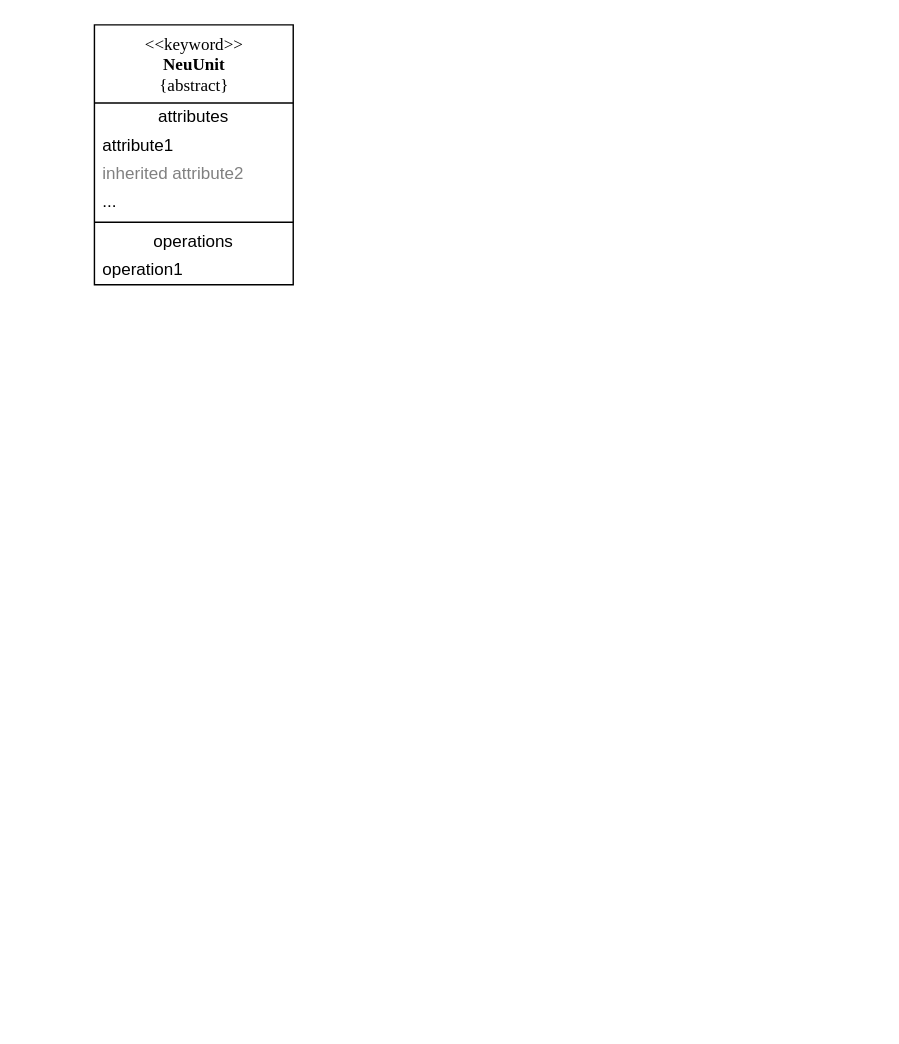
This is page "微观神经元层框架" (3 of 8) of Analyse/总体分析框架.drawio from EntelechySystem/EntelechySystem_theory, a draw.io file, before an edit. Source tidied: cells renumbered, new cells numbered last; positions are measured from the earlier drawing's top-left corner, leaving out a move shared by most shapes. Both pictures are drawn from the tidied source at 142%, with x=0, y=0 at pixel (94, 24).
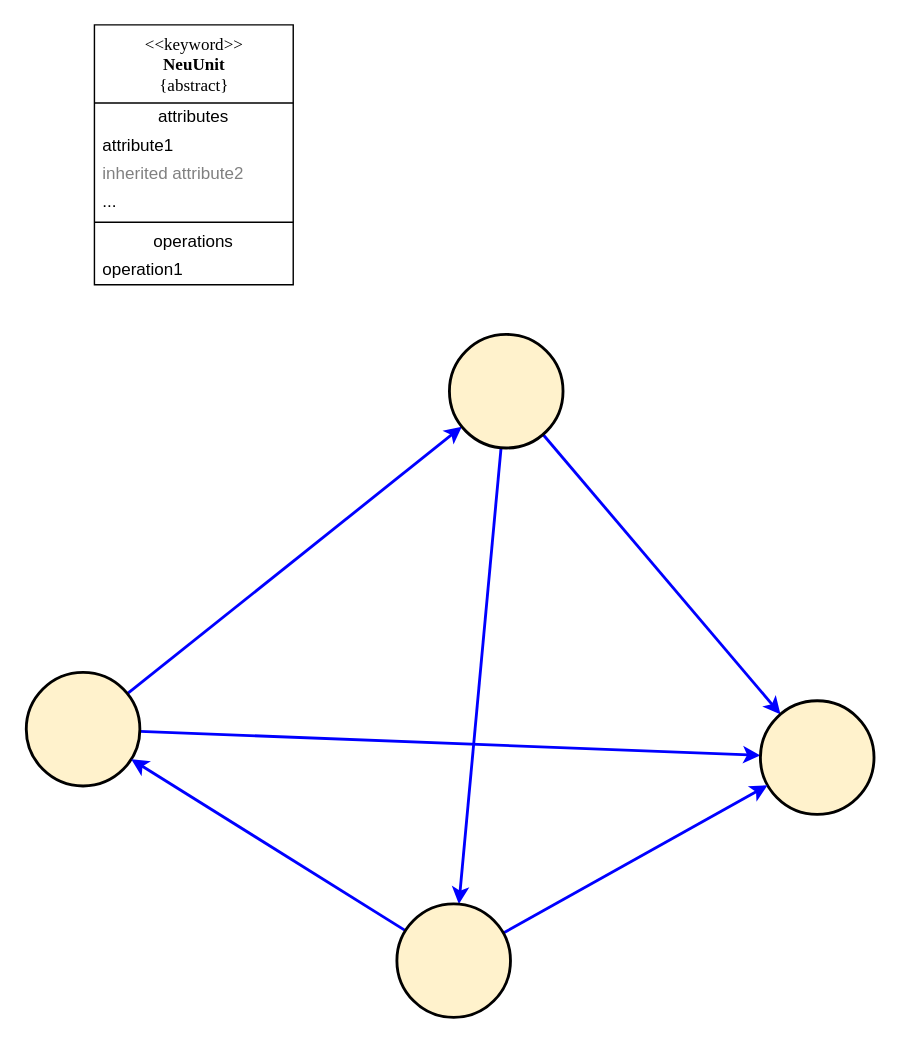
The same page after the edit.

Change to the diagram source:
```diff
@@
 <mxGraphModel>
   <root>
     <mxCell id="0" />
     <mxCell id="1" parent="0" />
     <mxCell id="2" value="&amp;lt;&amp;lt;keyword&amp;gt;&amp;gt;&lt;br&gt;&lt;b&gt;NeuUnit&lt;/b&gt;&lt;br&gt;{abstract}" style="swimlane;fontStyle=0;align=center;verticalAlign=top;horizontal=1;startSize=55;html=1;fontFamily=Times New Roman;" parent="1" vertex="1">
       <mxGeometry width="140" height="183" as="geometry" />
     </mxCell>
     <mxCell id="3" value="attributes" style="text;html=1;strokeColor=none;fillColor=none;align=center;verticalAlign=middle;spacingLeft=4;spacingRight=4;overflow=hidden;" parent="2" vertex="1">
       <mxGeometry y="55" width="140" height="20" as="geometry" />
     </mxCell>
     <mxCell id="4" value="attribute1" style="text;html=1;strokeColor=none;fillColor=none;align=left;verticalAlign=middle;spacingLeft=4;spacingRight=4;overflow=hidden;" parent="2" vertex="1">
       <mxGeometry y="75" width="140" height="20" as="geometry" />
     </mxCell>
     <mxCell id="5" value="inherited attribute2" style="text;html=1;strokeColor=none;fillColor=none;align=left;verticalAlign=middle;spacingLeft=4;spacingRight=4;overflow=hidden;fontColor=#808080;" parent="2" vertex="1">
       <mxGeometry y="95" width="140" height="20" as="geometry" />
     </mxCell>
     <mxCell id="6" value="..." style="text;html=1;strokeColor=none;fillColor=none;align=left;verticalAlign=middle;spacingLeft=4;spacingRight=4;overflow=hidden;" parent="2" vertex="1">
       <mxGeometry y="115" width="140" height="20" as="geometry" />
     </mxCell>
     <mxCell id="7" style="line;strokeWidth=1;fillColor=none;align=left;verticalAlign=middle;spacingTop=-1;spacingLeft=3;spacingRight=3;labelPosition=right;" parent="2" vertex="1">
       <mxGeometry y="135" width="140" height="8" as="geometry" />
     </mxCell>
     <mxCell id="8" value="operations" style="text;html=1;strokeColor=none;fillColor=none;align=center;verticalAlign=middle;spacingLeft=4;spacingRight=4;overflow=hidden;" parent="2" vertex="1">
       <mxGeometry y="143" width="140" height="20" as="geometry" />
     </mxCell>
     <mxCell id="9" value="operation1" style="text;html=1;strokeColor=none;fillColor=none;align=left;verticalAlign=middle;spacingLeft=4;spacingRight=4;overflow=hidden;" parent="2" vertex="1">
       <mxGeometry y="163" width="140" height="20" as="geometry" />
     </mxCell>
+    <mxCell id="10" style="edgeStyle=none;shape=connector;curved=1;rounded=1;jettySize=auto;html=1;labelBackgroundColor=default;fontFamily=Times New Roman;fontSize=12;fontColor=default;startArrow=none;startFill=0;endArrow=classic;endFill=1;strokeColor=#0000FF;strokeWidth=2;" parent="1" edge="1" source="12" target="16">
+      <mxGeometry relative="1" as="geometry" />
+    </mxCell>
+    <mxCell id="11" style="edgeStyle=none;shape=connector;curved=1;rounded=1;jettySize=auto;html=1;labelBackgroundColor=default;fontFamily=Times New Roman;fontSize=12;fontColor=default;startArrow=none;startFill=0;endArrow=classic;endFill=1;strokeColor=#0000FF;strokeWidth=2;" parent="1" edge="1" source="12" target="15">
+      <mxGeometry relative="1" as="geometry" />
+    </mxCell>
+    <mxCell id="12" style="ellipse;whiteSpace=wrap;html=1;rounded=1;fontFamily=Times New Roman;fontSize=12;fontColor=default;strokeColor=default;strokeWidth=2;fillColor=#fff2cc;" parent="1" vertex="1">
+      <mxGeometry x="-48" y="456" width="80" height="80" as="geometry" />
+    </mxCell>
+    <mxCell id="13" style="edgeStyle=none;shape=connector;curved=1;rounded=1;jettySize=auto;html=1;labelBackgroundColor=default;fontFamily=Times New Roman;fontSize=12;fontColor=default;startArrow=none;startFill=0;endArrow=classic;endFill=1;strokeColor=#0000FF;strokeWidth=2;" parent="1" edge="1" source="15" target="19">
+      <mxGeometry relative="1" as="geometry" />
+    </mxCell>
+    <mxCell id="14" style="edgeStyle=none;shape=connector;curved=1;rounded=1;jettySize=auto;html=1;labelBackgroundColor=default;fontFamily=Times New Roman;fontSize=12;fontColor=default;startArrow=none;startFill=0;endArrow=classic;endFill=1;strokeColor=#0000FF;strokeWidth=2;" parent="1" edge="1" source="15" target="16">
+      <mxGeometry relative="1" as="geometry" />
+    </mxCell>
+    <mxCell id="15" style="ellipse;whiteSpace=wrap;html=1;rounded=1;fontFamily=Times New Roman;fontSize=12;fontColor=default;strokeColor=default;strokeWidth=2;fillColor=#fff2cc;" parent="1" vertex="1">
+      <mxGeometry x="250" y="218" width="80" height="80" as="geometry" />
+    </mxCell>
+    <mxCell id="16" style="ellipse;whiteSpace=wrap;html=1;rounded=1;fontFamily=Times New Roman;fontSize=12;fontColor=default;strokeColor=default;strokeWidth=2;fillColor=#fff2cc;" parent="1" vertex="1">
+      <mxGeometry x="469" y="476" width="80" height="80" as="geometry" />
+    </mxCell>
+    <mxCell id="17" style="edgeStyle=none;shape=connector;curved=1;rounded=1;jettySize=auto;html=1;labelBackgroundColor=default;fontFamily=Times New Roman;fontSize=12;fontColor=default;startArrow=none;startFill=0;endArrow=classic;endFill=1;strokeColor=#0000FF;strokeWidth=2;" parent="1" edge="1" source="19" target="16">
+      <mxGeometry relative="1" as="geometry" />
+    </mxCell>
+    <mxCell id="18" style="edgeStyle=none;shape=connector;curved=1;rounded=1;jettySize=auto;html=1;labelBackgroundColor=default;fontFamily=Times New Roman;fontSize=12;fontColor=default;startArrow=none;startFill=0;endArrow=classic;endFill=1;strokeColor=#0000FF;strokeWidth=2;" parent="1" edge="1" source="19" target="12">
+      <mxGeometry relative="1" as="geometry" />
+    </mxCell>
+    <mxCell id="19" style="ellipse;whiteSpace=wrap;html=1;rounded=1;fontFamily=Times New Roman;fontSize=12;fontColor=default;strokeColor=default;strokeWidth=2;fillColor=#fff2cc;" parent="1" vertex="1">
+      <mxGeometry x="213" y="619" width="80" height="80" as="geometry" />
+    </mxCell>
   </root>
 </mxGraphModel>
```
